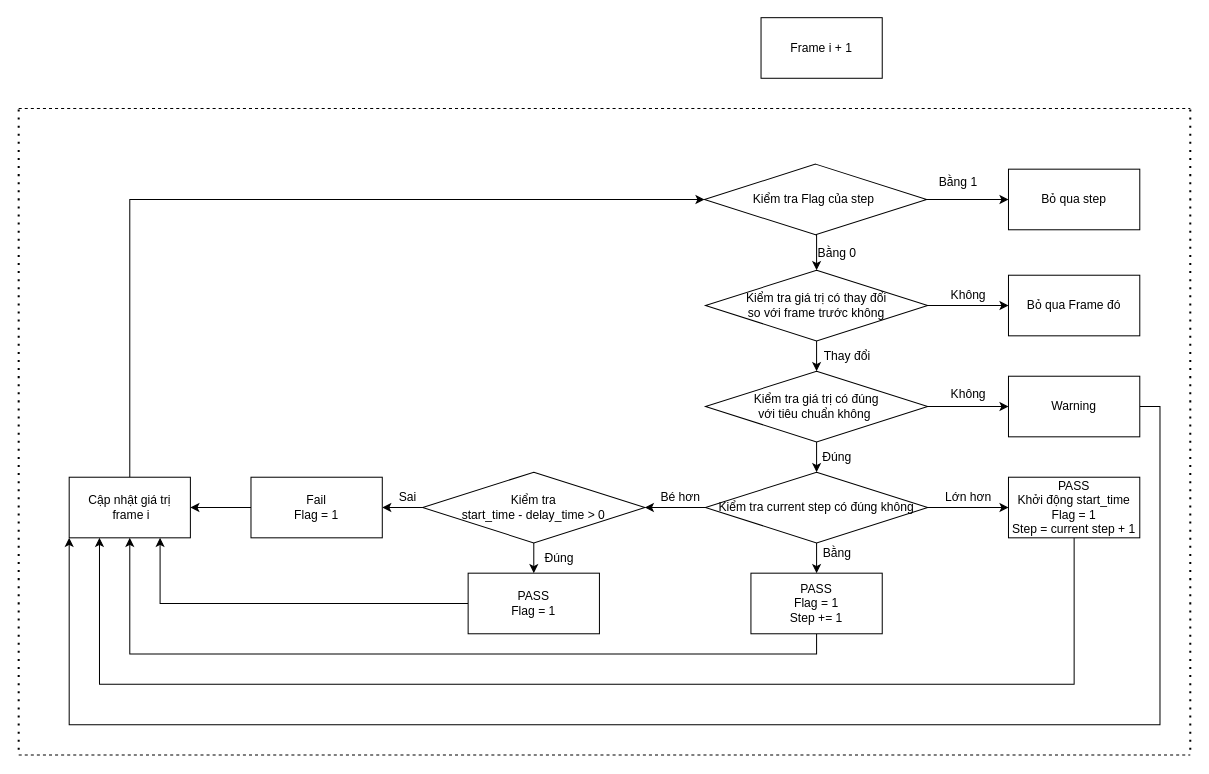
trieu-0512/test keeps this draw.io diagram as Untitled Diagram.drawio. Above is the earlier version. Source tidied: cells renumbered, new cells numbered last; positions are measured from the earlier drawing's top-left corner, leaving out a move shared by most shapes. Both pictures are drawn from the tidied source at 101%, with x=0, y=0 at pixel (18, 17).
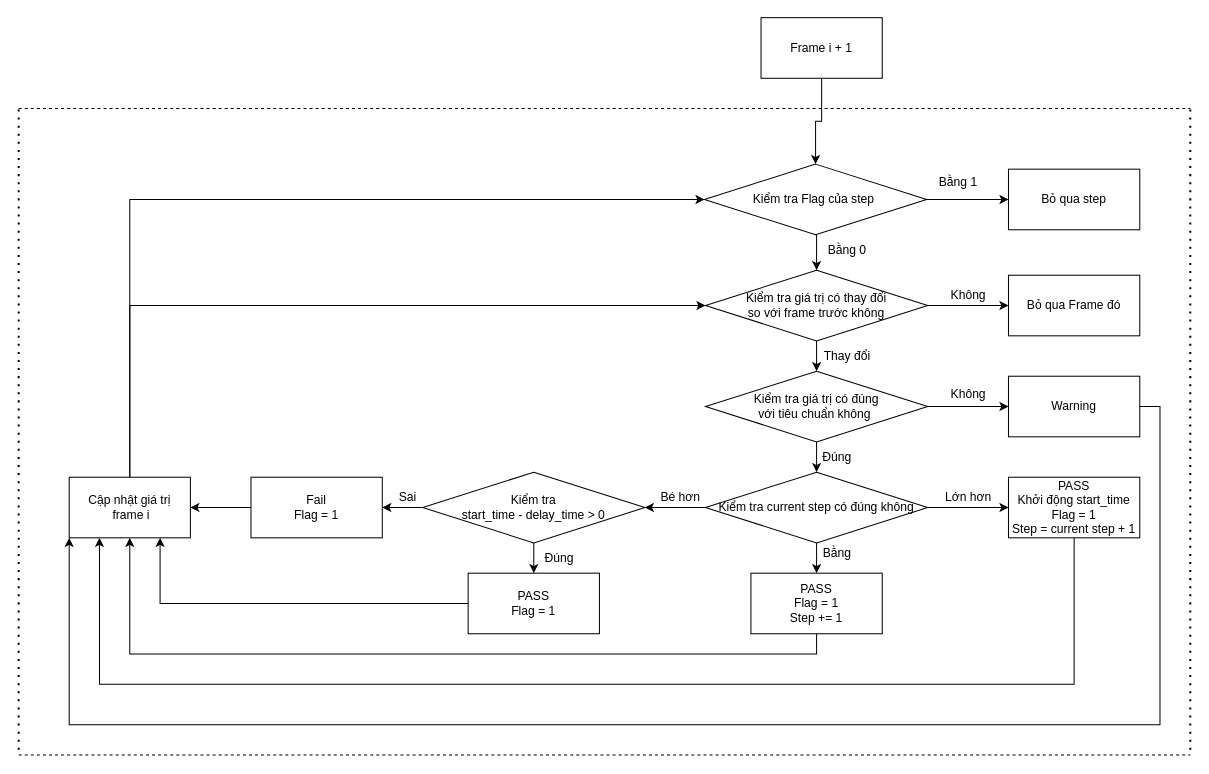
After the change.

The change refers to these unchanged cells:
```xml
<mxCell id="2" value="Frame i + 1" style="rounded=0;whiteSpace=wrap;html=1;" parent="1" vertex="1">
  <mxGeometry x="735" width="120" height="60" as="geometry" />
</mxCell>
<mxCell id="5" value="Kiểm tra giá trị có thay đổi&lt;br&gt;so với frame trước không" style="rhombus;whiteSpace=wrap;html=1;" parent="1" vertex="1">
  <mxGeometry x="680" y="250" width="220" height="70" as="geometry" />
</mxCell>
<mxCell id="38" value="Kiểm tra Flag của step&amp;nbsp;" style="rhombus;whiteSpace=wrap;html=1;" parent="1" vertex="1">
  <mxGeometry x="679" y="145" width="220" height="70" as="geometry" />
</mxCell>
<mxCell id="41" value="Cập nhật giá trị&lt;br&gt;&amp;nbsp;frame i" style="rounded=0;whiteSpace=wrap;html=1;" parent="1" vertex="1">
  <mxGeometry x="50" y="455" width="120" height="60" as="geometry" />
</mxCell>
```

Change to the diagram source:
```diff
@@
+    <mxCell id="48" style="edgeStyle=orthogonalEdgeStyle;rounded=0;jettySize=auto;html=1;exitX=0.5;exitY=0;exitDx=0;exitDy=0;entryX=0;entryY=0.5;entryDx=0;entryDy=0;" parent="1" edge="1" source="41" target="5">
+      <mxGeometry relative="1" as="geometry" />
+    </mxCell>
@@
     <mxCell id="47" value="Bằng 0" style="text;html=1;align=center;verticalAlign=middle;strokeColor=none;fillColor=none;" parent="1" vertex="1">
-      <mxGeometry x="780" y="218" width="60" height="30" as="geometry" />
+      <mxGeometry x="790" y="215" width="60" height="30" as="geometry" />
     </mxCell>
+    <mxCell id="49" style="edgeStyle=orthogonalEdgeStyle;rounded=0;jettySize=auto;html=1;exitX=0.5;exitY=1;exitDx=0;exitDy=0;entryX=0.5;entryY=0;entryDx=0;entryDy=0;" parent="1" edge="1" source="2" target="38">
+      <mxGeometry relative="1" as="geometry" />
+    </mxCell>
```
